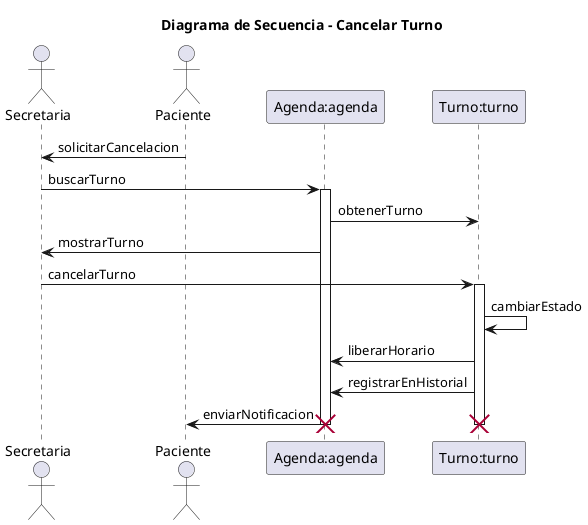
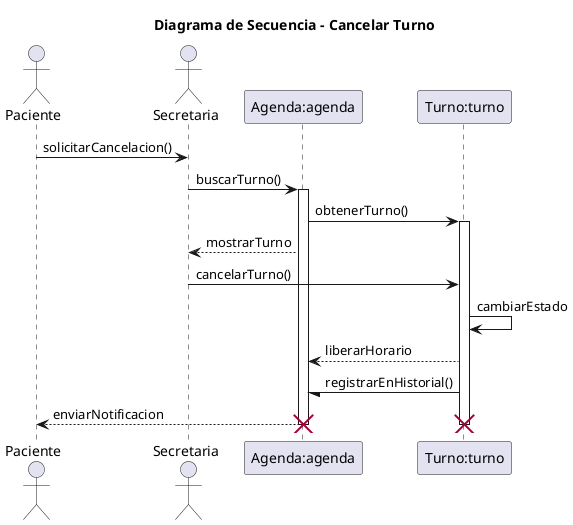
@startuml 05-secuencia-cancelar-turno-02

title Diagrama de Secuencia - Cancelar Turno
' Nombre del escenario: Cancelar Turno - Flujo Principal
' Archivo: diagramas/03-escenarios-casos-de-uso/03-cancelar-turno-flujo-principal.md
' Objetivo: Representar la cancelación de un turno a solicitud del paciente, involucrando secretaria, paciente y sistema, basado en responsabilidades de CRC (Secretaria gestiona turnos, Turno modifica estados, Agenda libera horarios).

+ actor Paciente as paciente
actor Secretaria as secretaria
- actor Paciente as paciente
participant "Agenda:agenda" as agenda
participant "Turno:turno" as turno

- paciente -> secretaria: solicitarCancelacion
+ paciente -> secretaria: solicitarCancelacion()

- secretaria -> agenda: buscarTurno
+ secretaria -> agenda: buscarTurno()
activate agenda

- agenda -> turno: obtenerTurno
- agenda -> secretaria: mostrarTurno
- 
- secretaria -> turno: cancelarTurno
+ agenda -> turno: obtenerTurno()
activate turno

+ agenda --> secretaria: mostrarTurno
+ 
+ 
+ secretaria -> turno: cancelarTurno()
+ 
+ 
turno -> turno: cambiarEstado
- turno -> agenda: liberarHorario
- turno -> agenda: registrarEnHistorial
+ turno --> agenda: liberarHorario
+ turno -/ agenda: registrarEnHistorial()

- agenda -> paciente: enviarNotificacion
+ agenda --> paciente: enviarNotificacion

deactivate turno
deactivate agenda

destroy turno
destroy agenda

@enduml